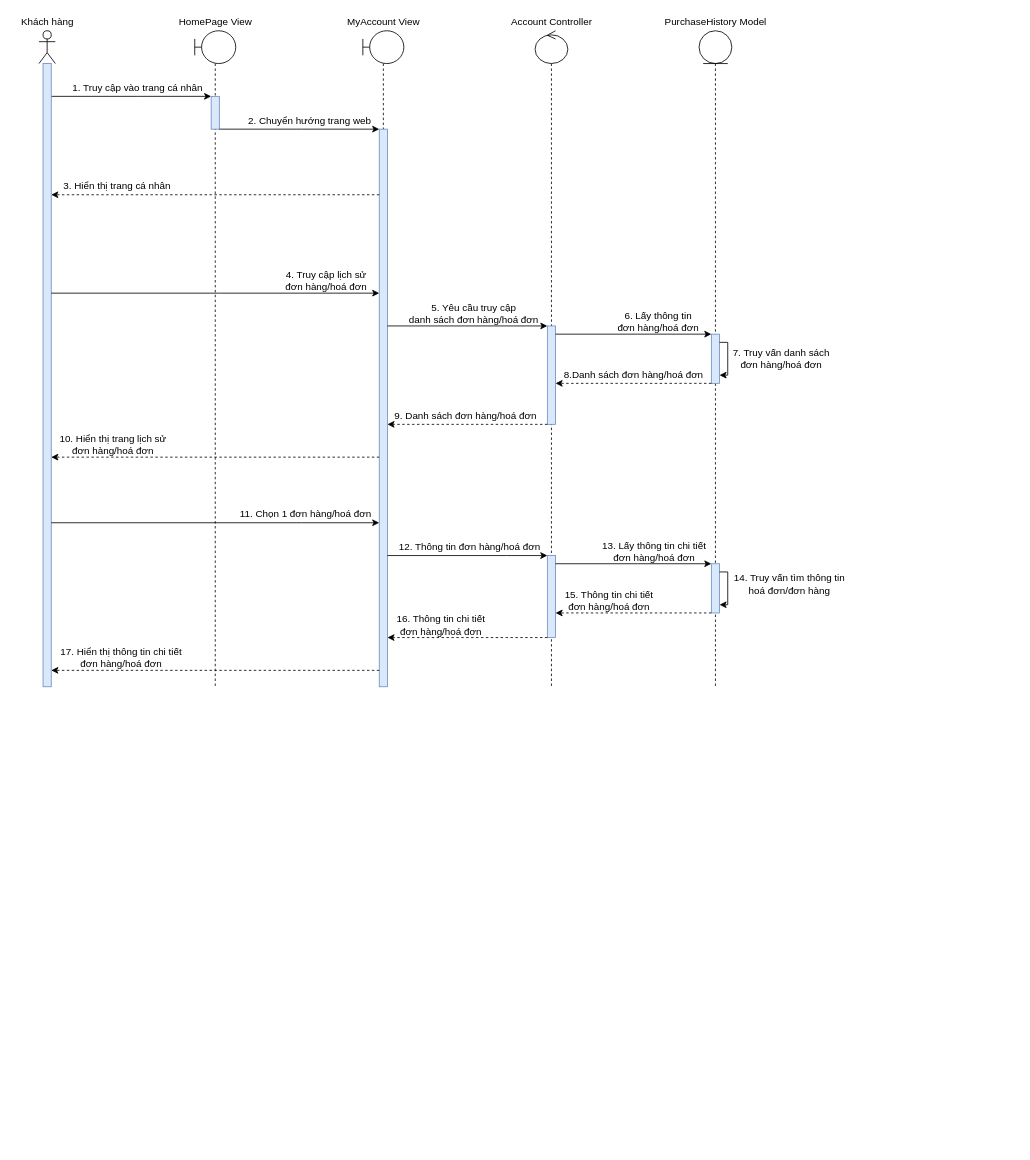
The draw.io diagram Nam3_HK1/CNPM_SoftTech/Sequence Diagrams/Nguyên Lộc/SD_XemLịchSửMuaHàng.drawio in EdgarIgnite16/SGU-Course, before the edit. Source tidied: cells renumbered, new cells numbered last; positions are measured from the earlier drawing's top-left corner, leaving out a move shared by most shapes. Both pictures are drawn from the tidied source at 82%, with x=0, y=0 at pixel (14, 14).
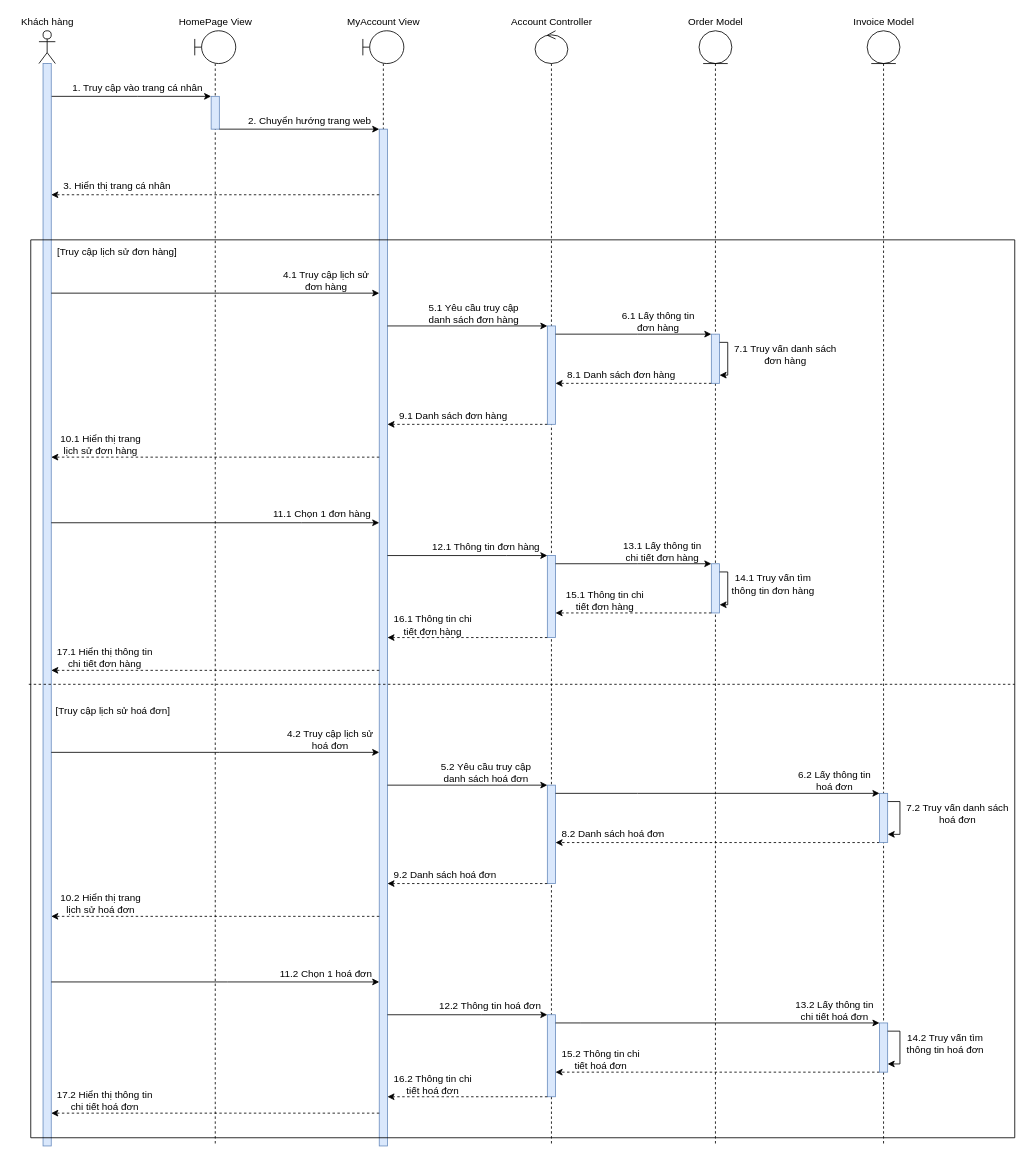
The same diagram, later.

The edit, as a diff of the source:
```diff
@@
     <mxCell id="3" style="shape=umlLifeline;participant=umlActor;perimeter=lifelinePerimeter;whiteSpace=wrap;html=1;verticalAlign=top;spacingTop=36;outlineConnect=0;" parent="1" vertex="1">
-      <mxGeometry x="30" y="20" width="20" height="800" as="geometry" />
+      <mxGeometry x="30" y="20" width="20" height="1360" as="geometry" />
     </mxCell>
     <mxCell id="4" style="html=1;points=[];perimeter=orthogonalPerimeter;fillColor=#dae8fc;strokeColor=#6c8ebf;" parent="3" vertex="1">
-      <mxGeometry x="5" y="40" width="10" height="760" as="geometry" />
+      <mxGeometry x="5" y="40" width="10" height="1320" as="geometry" />
     </mxCell>
@@
     <mxCell id="6" style="shape=umlLifeline;participant=umlBoundary;perimeter=lifelinePerimeter;whiteSpace=wrap;html=1;verticalAlign=top;spacingTop=36;" parent="1" vertex="1">
-      <mxGeometry x="220" y="20" width="50" height="800" as="geometry" />
+      <mxGeometry x="220" y="20" width="50" height="1360" as="geometry" />
     </mxCell>
@@
     <mxCell id="8" style="shape=umlLifeline;participant=umlControl;perimeter=lifelinePerimeter;whiteSpace=wrap;html=1;verticalAlign=top;spacingTop=36;" parent="1" vertex="1">
-      <mxGeometry x="635" y="20" width="40" height="800" as="geometry" />
+      <mxGeometry x="635" y="20" width="40" height="1360" as="geometry" />
     </mxCell>
@@
+    <mxCell id="53" style="html=1;points=[];perimeter=orthogonalPerimeter;fillColor=#dae8fc;strokeColor=#6c8ebf;" parent="8" vertex="1">
+      <mxGeometry x="15" y="920" width="10" height="120" as="geometry" />
+    </mxCell>
+    <mxCell id="54" style="html=1;points=[];perimeter=orthogonalPerimeter;fillColor=#dae8fc;strokeColor=#6c8ebf;" parent="8" vertex="1">
+      <mxGeometry x="15" y="1200" width="10" height="100" as="geometry" />
+    </mxCell>
@@
     <mxCell id="13" style="shape=umlLifeline;participant=umlEntity;perimeter=lifelinePerimeter;whiteSpace=wrap;html=1;verticalAlign=top;spacingTop=36;" parent="1" vertex="1">
-      <mxGeometry x="835" y="20" width="40" height="800" as="geometry" />
+      <mxGeometry x="835" y="20" width="40" height="1360" as="geometry" />
     </mxCell>
@@
-    <mxCell id="18" value="PurchaseHistory Model" style="text;html=1;align=center;verticalAlign=middle;strokeColor=none;fillColor=none;" parent="1" vertex="1">
-      <mxGeometry x="785" width="140" height="20" as="geometry" />
+    <mxCell id="18" value="Order Model" style="text;html=1;align=center;verticalAlign=middle;strokeColor=none;fillColor=none;" parent="1" vertex="1">
+      <mxGeometry x="815" width="80" height="20" as="geometry" />
     </mxCell>
     <mxCell id="19" style="shape=umlLifeline;participant=umlBoundary;perimeter=lifelinePerimeter;whiteSpace=wrap;html=1;verticalAlign=top;spacingTop=36;" parent="1" vertex="1">
-      <mxGeometry x="425" y="20" width="50" height="800" as="geometry" />
+      <mxGeometry x="425" y="20" width="50" height="1360" as="geometry" />
     </mxCell>
     <mxCell id="20" style="html=1;points=[];perimeter=orthogonalPerimeter;fillColor=#dae8fc;strokeColor=#6c8ebf;" parent="19" vertex="1">
-      <mxGeometry x="20" y="120" width="10" height="680" as="geometry" />
+      <mxGeometry x="20" y="120" width="10" height="1240" as="geometry" />
     </mxCell>
@@
-    <mxCell id="28" value="4. Truy cập lịch sử &lt;br&gt;đơn hàng/hoá đơn" style="text;html=1;align=center;verticalAlign=middle;strokeColor=none;fillColor=none;" parent="1" vertex="1">
-      <mxGeometry x="325" y="310" width="110" height="30" as="geometry" />
+    <mxCell id="28" value="4.1 Truy cập lịch sử &lt;br&gt;đơn hàng" style="text;html=1;align=center;verticalAlign=middle;strokeColor=none;fillColor=none;" parent="1" vertex="1">
+      <mxGeometry x="320" y="310" width="120" height="30" as="geometry" />
     </mxCell>
@@
-    <mxCell id="30" value="5. Yêu cầu truy cập&lt;br&gt;danh sách đơn hàng/hoá đơn" style="text;html=1;align=center;verticalAlign=middle;strokeColor=none;fillColor=none;" parent="1" vertex="1">
-      <mxGeometry x="475" y="350" width="170" height="30" as="geometry" />
+    <mxCell id="30" value="5.1 Yêu cầu truy cập&lt;br&gt;danh sách đơn hàng" style="text;html=1;align=center;verticalAlign=middle;strokeColor=none;fillColor=none;" parent="1" vertex="1">
+      <mxGeometry x="495" y="350" width="130" height="30" as="geometry" />
     </mxCell>
@@
-    <mxCell id="32" value="6. Lấy thông tin &lt;br&gt;đơn hàng/hoá đơn" style="text;html=1;align=center;verticalAlign=middle;strokeColor=none;fillColor=none;" parent="1" vertex="1">
-      <mxGeometry x="730" y="360" width="110" height="30" as="geometry" />
+    <mxCell id="32" value="6.1 Lấy thông tin &lt;br&gt;đơn hàng" style="text;html=1;align=center;verticalAlign=middle;strokeColor=none;fillColor=none;" parent="1" vertex="1">
+      <mxGeometry x="735" y="360" width="100" height="30" as="geometry" />
     </mxCell>
-    <mxCell id="33" value="7. Truy vấn danh sách &lt;br&gt;đơn hàng/hoá đơn" style="text;html=1;align=center;verticalAlign=middle;strokeColor=none;fillColor=none;" parent="1" vertex="1">
-      <mxGeometry x="870" y="405" width="130" height="30" as="geometry" />
+    <mxCell id="33" value="7.1 Truy vấn danh sách &lt;br&gt;đơn hàng" style="text;html=1;align=center;verticalAlign=middle;strokeColor=none;fillColor=none;" parent="1" vertex="1">
+      <mxGeometry x="870" y="400" width="140" height="30" as="geometry" />
     </mxCell>
@@
-    <mxCell id="35" value="8.Danh sách đơn hàng/hoá đơn" style="text;html=1;align=center;verticalAlign=middle;strokeColor=none;fillColor=none;" parent="1" vertex="1">
-      <mxGeometry x="660" y="430" width="190" height="20" as="geometry" />
+    <mxCell id="35" value="8.1 Danh sách đơn hàng" style="text;html=1;align=center;verticalAlign=middle;strokeColor=none;fillColor=none;" parent="1" vertex="1">
+      <mxGeometry x="665" y="430" width="150" height="20" as="geometry" />
     </mxCell>
@@
-    <mxCell id="37" value="9. Danh sách đơn hàng/hoá đơn" style="text;html=1;align=center;verticalAlign=middle;strokeColor=none;fillColor=none;" parent="1" vertex="1">
-      <mxGeometry x="455" y="480" width="190" height="20" as="geometry" />
+    <mxCell id="37" value="9.1 Danh sách đơn hàng" style="text;html=1;align=center;verticalAlign=middle;strokeColor=none;fillColor=none;" parent="1" vertex="1">
+      <mxGeometry x="460" y="480" width="150" height="20" as="geometry" />
     </mxCell>
@@
-    <mxCell id="39" value="10. Hiển thị trang lịch sử &lt;br&gt;đơn hàng/hoá đơn" style="text;html=1;align=center;verticalAlign=middle;strokeColor=none;fillColor=none;" parent="1" vertex="1">
-      <mxGeometry x="45" y="510" width="150" height="30" as="geometry" />
+    <mxCell id="39" value="10.1 Hiển thị trang &lt;br&gt;lịch sử đơn hàng" style="text;html=1;align=center;verticalAlign=middle;strokeColor=none;fillColor=none;" parent="1" vertex="1">
+      <mxGeometry x="50" y="510" width="110" height="30" as="geometry" />
     </mxCell>
@@
-    <mxCell id="41" value="11. Chọn 1 đơn hàng/hoá đơn" style="text;html=1;align=center;verticalAlign=middle;strokeColor=none;fillColor=none;" parent="1" vertex="1">
-      <mxGeometry x="265" y="600" width="180" height="20" as="geometry" />
+    <mxCell id="41" value="11.1 Chọn 1 đơn hàng" style="text;html=1;align=center;verticalAlign=middle;strokeColor=none;fillColor=none;" parent="1" vertex="1">
+      <mxGeometry x="310" y="600" width="130" height="20" as="geometry" />
     </mxCell>
@@
-    <mxCell id="43" value="12. Thông tin đơn hàng/hoá đơn" style="text;html=1;align=center;verticalAlign=middle;strokeColor=none;fillColor=none;" parent="1" vertex="1">
-      <mxGeometry x="460" y="640" width="190" height="20" as="geometry" />
+    <mxCell id="43" value="12.1 Thông tin đơn hàng" style="text;html=1;align=center;verticalAlign=middle;strokeColor=none;fillColor=none;" parent="1" vertex="1">
+      <mxGeometry x="500" y="640" width="150" height="20" as="geometry" />
     </mxCell>
@@
-    <mxCell id="45" value="13. Lấy thông tin chi tiết&lt;br&gt;đơn hàng/hoá đơn" style="text;html=1;align=center;verticalAlign=middle;strokeColor=none;fillColor=none;" parent="1" vertex="1">
-      <mxGeometry x="710" y="640" width="140" height="30" as="geometry" />
+    <mxCell id="45" value="13.1 Lấy thông tin &lt;br&gt;chi tiết đơn hàng" style="text;html=1;align=center;verticalAlign=middle;strokeColor=none;fillColor=none;" parent="1" vertex="1">
+      <mxGeometry x="735" y="640" width="110" height="30" as="geometry" />
     </mxCell>
-    <mxCell id="46" value="14. Truy vấn tìm thông tin&lt;br&gt;hoá đơn/đơn hàng" style="text;html=1;align=center;verticalAlign=middle;strokeColor=none;fillColor=none;" parent="1" vertex="1">
-      <mxGeometry x="870" y="680" width="150" height="30" as="geometry" />
+    <mxCell id="46" value="14.1 Truy vấn tìm &lt;br&gt;thông tin đơn hàng" style="text;html=1;align=center;verticalAlign=middle;strokeColor=none;fillColor=none;" parent="1" vertex="1">
+      <mxGeometry x="865" y="680" width="120" height="30" as="geometry" />
     </mxCell>
@@
-    <mxCell id="48" value="15. Thông tin chi tiết&lt;br&gt;đơn hàng/hoá đơn" style="text;html=1;align=center;verticalAlign=middle;strokeColor=none;fillColor=none;" parent="1" vertex="1">
-      <mxGeometry x="665" y="700" width="120" height="30" as="geometry" />
+    <mxCell id="48" value="15.1 Thông tin chi &lt;br&gt;tiết đơn hàng" style="text;html=1;align=center;verticalAlign=middle;strokeColor=none;fillColor=none;" parent="1" vertex="1">
+      <mxGeometry x="665" y="700" width="110" height="30" as="geometry" />
     </mxCell>
@@
-    <mxCell id="50" value="16. Thông tin chi tiết&lt;br&gt;đơn hàng/hoá đơn" style="text;html=1;align=center;verticalAlign=middle;strokeColor=none;fillColor=none;" parent="1" vertex="1">
-      <mxGeometry x="460" y="730" width="120" height="30" as="geometry" />
+    <mxCell id="50" value="16.1 Thông tin chi &lt;br&gt;tiết đơn hàng" style="text;html=1;align=center;verticalAlign=middle;strokeColor=none;fillColor=none;" parent="1" vertex="1">
+      <mxGeometry x="455" y="730" width="110" height="30" as="geometry" />
     </mxCell>
@@
-    <mxCell id="52" value="17. Hiển thị thông tin chi tiết&lt;br&gt;đơn hàng/hoá đơn" style="text;html=1;align=center;verticalAlign=middle;strokeColor=none;fillColor=none;" parent="1" vertex="1">
-      <mxGeometry x="50" y="770" width="160" height="30" as="geometry" />
+    <mxCell id="52" value="17.1 Hiển thị thông tin &lt;br&gt;chi tiết đơn hàng" style="text;html=1;align=center;verticalAlign=middle;strokeColor=none;fillColor=none;" parent="1" vertex="1">
+      <mxGeometry x="45" y="770" width="130" height="30" as="geometry" />
     </mxCell>
+    <mxCell id="55" style="edgeStyle=orthogonalEdgeStyle;rounded=0;jettySize=auto;html=1;" parent="1" edge="1" source="4" target="20">
+      <mxGeometry relative="1" as="geometry">
+        <Array as="points">
+          <mxPoint x="250" y="900" />
+          <mxPoint x="250" y="900" />
+        </Array>
+      </mxGeometry>
+    </mxCell>
+    <mxCell id="56" value="4.2 Truy cập lịch sử &lt;br&gt;hoá đơn" style="text;html=1;align=center;verticalAlign=middle;strokeColor=none;fillColor=none;" parent="1" vertex="1">
+      <mxGeometry x="325" y="870" width="120" height="30" as="geometry" />
+    </mxCell>
+    <mxCell id="57" style="edgeStyle=orthogonalEdgeStyle;rounded=0;jettySize=auto;html=1;" parent="1" edge="1" source="20" target="53">
+      <mxGeometry relative="1" as="geometry">
+        <Array as="points">
+          <mxPoint x="600" y="940" />
+          <mxPoint x="600" y="940" />
+        </Array>
+      </mxGeometry>
+    </mxCell>
+    <mxCell id="58" value="5.2 Yêu cầu truy cập&lt;br&gt;danh sách hoá đơn" style="text;html=1;align=center;verticalAlign=middle;strokeColor=none;fillColor=none;" parent="1" vertex="1">
+      <mxGeometry x="510" y="910" width="130" height="30" as="geometry" />
+    </mxCell>
+    <mxCell id="59" style="edgeStyle=orthogonalEdgeStyle;rounded=0;jettySize=auto;html=1;" parent="1" edge="1" source="53" target="82">
+      <mxGeometry relative="1" as="geometry">
+        <Array as="points">
+          <mxPoint x="760" y="950" />
+          <mxPoint x="760" y="950" />
+        </Array>
+      </mxGeometry>
+    </mxCell>
+    <mxCell id="60" value="6.2 Lấy thông tin &lt;br&gt;hoá đơn" style="text;html=1;align=center;verticalAlign=middle;strokeColor=none;fillColor=none;" parent="1" vertex="1">
+      <mxGeometry x="950" y="920" width="100" height="30" as="geometry" />
+    </mxCell>
+    <mxCell id="61" value="7.2 Truy vấn danh sách &lt;br&gt;hoá đơn" style="text;html=1;align=center;verticalAlign=middle;strokeColor=none;fillColor=none;" parent="1" vertex="1">
+      <mxGeometry x="1080" y="960" width="140" height="30" as="geometry" />
+    </mxCell>
+    <mxCell id="62" style="edgeStyle=orthogonalEdgeStyle;rounded=0;jettySize=auto;html=1;dashed=1;" parent="1" edge="1" source="82" target="53">
+      <mxGeometry relative="1" as="geometry">
+        <Array as="points">
+          <mxPoint x="770" y="1010" />
+          <mxPoint x="770" y="1010" />
+        </Array>
+      </mxGeometry>
+    </mxCell>
+    <mxCell id="63" value="8.2 Danh sách hoá đơn" style="text;html=1;align=center;verticalAlign=middle;strokeColor=none;fillColor=none;" parent="1" vertex="1">
+      <mxGeometry x="660" y="990" width="140" height="20" as="geometry" />
+    </mxCell>
+    <mxCell id="64" style="edgeStyle=orthogonalEdgeStyle;rounded=0;jettySize=auto;html=1;dashed=1;" parent="1" edge="1" source="53" target="20">
+      <mxGeometry relative="1" as="geometry">
+        <Array as="points">
+          <mxPoint x="550" y="1060" />
+          <mxPoint x="550" y="1060" />
+        </Array>
+      </mxGeometry>
+    </mxCell>
+    <mxCell id="65" value="9.2 Danh sách hoá đơn" style="text;html=1;align=center;verticalAlign=middle;strokeColor=none;fillColor=none;" parent="1" vertex="1">
+      <mxGeometry x="455" y="1040" width="140" height="20" as="geometry" />
+    </mxCell>
+    <mxCell id="66" style="edgeStyle=orthogonalEdgeStyle;rounded=0;jettySize=auto;html=1;dashed=1;" parent="1" edge="1" source="20" target="4">
+      <mxGeometry relative="1" as="geometry">
+        <Array as="points">
+          <mxPoint x="270" y="1100" />
+          <mxPoint x="270" y="1100" />
+        </Array>
+      </mxGeometry>
+    </mxCell>
+    <mxCell id="67" value="10.2 Hiển thị trang &lt;br&gt;lịch sử hoá đơn" style="text;html=1;align=center;verticalAlign=middle;strokeColor=none;fillColor=none;" parent="1" vertex="1">
+      <mxGeometry x="50" y="1070" width="110" height="30" as="geometry" />
+    </mxCell>
+    <mxCell id="68" style="edgeStyle=orthogonalEdgeStyle;rounded=0;jettySize=auto;html=1;" parent="1" edge="1" source="4" target="20">
+      <mxGeometry relative="1" as="geometry">
+        <Array as="points">
+          <mxPoint x="260" y="1180" />
+          <mxPoint x="260" y="1180" />
+        </Array>
+      </mxGeometry>
+    </mxCell>
+    <mxCell id="69" value="11.2 Chọn 1 hoá đơn" style="text;html=1;align=center;verticalAlign=middle;strokeColor=none;fillColor=none;" parent="1" vertex="1">
+      <mxGeometry x="315" y="1160" width="130" height="20" as="geometry" />
+    </mxCell>
+    <mxCell id="70" style="edgeStyle=orthogonalEdgeStyle;rounded=0;jettySize=auto;html=1;" parent="1" edge="1" source="20" target="54">
+      <mxGeometry relative="1" as="geometry">
+        <Array as="points">
+          <mxPoint x="570" y="1220" />
+          <mxPoint x="570" y="1220" />
+        </Array>
+      </mxGeometry>
+    </mxCell>
+    <mxCell id="71" value="12.2 Thông tin hoá đơn" style="text;html=1;align=center;verticalAlign=middle;strokeColor=none;fillColor=none;" parent="1" vertex="1">
+      <mxGeometry x="510" y="1200" width="140" height="20" as="geometry" />
+    </mxCell>
+    <mxCell id="72" style="edgeStyle=orthogonalEdgeStyle;rounded=0;jettySize=auto;html=1;" parent="1" edge="1" source="54" target="84">
+      <mxGeometry relative="1" as="geometry">
+        <Array as="points">
+          <mxPoint x="690" y="1230" />
+          <mxPoint x="690" y="1230" />
+        </Array>
+      </mxGeometry>
+    </mxCell>
+    <mxCell id="73" value="13.2 Lấy thông tin &lt;br&gt;chi tiết hoá đơn" style="text;html=1;align=center;verticalAlign=middle;strokeColor=none;fillColor=none;" parent="1" vertex="1">
+      <mxGeometry x="945" y="1200" width="110" height="30" as="geometry" />
+    </mxCell>
+    <mxCell id="74" value="14.2 Truy vấn tìm &lt;br&gt;thông tin hoá đơn" style="text;html=1;align=center;verticalAlign=middle;strokeColor=none;fillColor=none;" parent="1" vertex="1">
+      <mxGeometry x="1080" y="1240" width="110" height="30" as="geometry" />
+    </mxCell>
+    <mxCell id="75" style="edgeStyle=orthogonalEdgeStyle;rounded=0;jettySize=auto;html=1;dashed=1;" parent="1" edge="1" source="84" target="54">
+      <mxGeometry relative="1" as="geometry">
+        <Array as="points">
+          <mxPoint x="760" y="1290" />
+          <mxPoint x="760" y="1290" />
+        </Array>
+      </mxGeometry>
+    </mxCell>
+    <mxCell id="76" value="15.2 Thông tin chi &lt;br&gt;tiết hoá đơn" style="text;html=1;align=center;verticalAlign=middle;strokeColor=none;fillColor=none;" parent="1" vertex="1">
+      <mxGeometry x="660" y="1260" width="110" height="30" as="geometry" />
+    </mxCell>
+    <mxCell id="77" style="edgeStyle=orthogonalEdgeStyle;rounded=0;jettySize=auto;html=1;dashed=1;" parent="1" edge="1" source="54" target="20">
+      <mxGeometry relative="1" as="geometry">
+        <Array as="points">
+          <mxPoint x="560" y="1320" />
+          <mxPoint x="560" y="1320" />
+        </Array>
+      </mxGeometry>
+    </mxCell>
+    <mxCell id="78" value="16.2 Thông tin chi &lt;br&gt;tiết hoá đơn" style="text;html=1;align=center;verticalAlign=middle;strokeColor=none;fillColor=none;" parent="1" vertex="1">
+      <mxGeometry x="455" y="1290" width="110" height="30" as="geometry" />
+    </mxCell>
+    <mxCell id="79" style="edgeStyle=orthogonalEdgeStyle;rounded=0;jettySize=auto;html=1;dashed=1;" parent="1" edge="1" source="20" target="4">
+      <mxGeometry relative="1" as="geometry">
+        <Array as="points">
+          <mxPoint x="270" y="1340" />
+          <mxPoint x="270" y="1340" />
+        </Array>
+      </mxGeometry>
+    </mxCell>
+    <mxCell id="80" value="17.2 Hiển thị thông tin &lt;br&gt;chi tiết hoá đơn" style="text;html=1;align=center;verticalAlign=middle;strokeColor=none;fillColor=none;" parent="1" vertex="1">
+      <mxGeometry x="45" y="1310" width="130" height="30" as="geometry" />
+    </mxCell>
+    <mxCell id="81" style="shape=umlLifeline;participant=umlEntity;perimeter=lifelinePerimeter;whiteSpace=wrap;html=1;verticalAlign=top;spacingTop=36;" parent="1" vertex="1">
+      <mxGeometry x="1040" y="20" width="40" height="1360" as="geometry" />
+    </mxCell>
+    <mxCell id="82" style="html=1;points=[];perimeter=orthogonalPerimeter;fillColor=#dae8fc;strokeColor=#6c8ebf;" parent="81" vertex="1">
+      <mxGeometry x="15" y="930" width="10" height="60" as="geometry" />
+    </mxCell>
+    <mxCell id="83" style="edgeStyle=orthogonalEdgeStyle;rounded=0;orthogonalLoop=1;jettySize=auto;html=1;" parent="81" edge="1" source="82" target="82">
+      <mxGeometry relative="1" as="geometry">
+        <Array as="points">
+          <mxPoint x="40" y="940" />
+        </Array>
+      </mxGeometry>
+    </mxCell>
+    <mxCell id="84" style="html=1;points=[];perimeter=orthogonalPerimeter;fillColor=#dae8fc;strokeColor=#6c8ebf;" parent="81" vertex="1">
+      <mxGeometry x="15" y="1210" width="10" height="60" as="geometry" />
+    </mxCell>
+    <mxCell id="85" style="edgeStyle=orthogonalEdgeStyle;rounded=0;orthogonalLoop=1;jettySize=auto;html=1;" parent="81" edge="1" source="84" target="84">
+      <mxGeometry relative="1" as="geometry">
+        <Array as="points">
+          <mxPoint x="40" y="1220" />
+        </Array>
+      </mxGeometry>
+    </mxCell>
+    <mxCell id="86" value="Invoice Model" style="text;html=1;align=center;verticalAlign=middle;strokeColor=none;fillColor=none;" parent="1" vertex="1">
+      <mxGeometry x="1015" width="90" height="20" as="geometry" />
+    </mxCell>
+    <mxCell id="87" value="[Truy cập lịch sử hoá đơn]" style="text;html=1;align=center;verticalAlign=middle;strokeColor=none;fillColor=none;" parent="1" vertex="1">
+      <mxGeometry x="40" y="840" width="160" height="20" as="geometry" />
+    </mxCell>
+    <mxCell id="88" value="[Truy cập lịch sử đơn hàng]" style="text;html=1;align=center;verticalAlign=middle;strokeColor=none;fillColor=none;" parent="1" vertex="1">
+      <mxGeometry x="45" y="280" width="160" height="20" as="geometry" />
+    </mxCell>
+    <mxCell id="89" style="swimlane;startSize=0;" parent="1" vertex="1">
+      <mxGeometry x="20" y="275" width="1200" height="1095" as="geometry" />
+    </mxCell>
+    <mxCell id="90" style="endArrow=none;dashed=1;html=1;rounded=0;exitX=-0.002;exitY=0.495;exitDx=0;exitDy=0;entryX=1;entryY=0.495;entryDx=0;entryDy=0;entryPerimeter=0;exitPerimeter=0;" parent="1" edge="1" source="89" target="89">
+      <mxGeometry relative="1" as="geometry" />
+    </mxCell>
```
